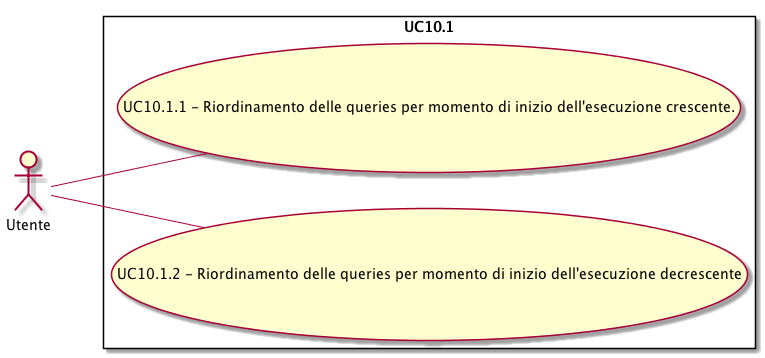
This is Docs/RP/AnalisiDeiRequisiti/UC/UC10-1.png from joemerlino/SWEefty, a PlantUML export, as it was before one commit.
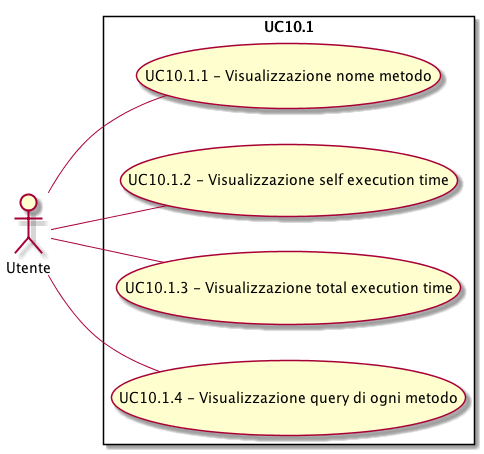
After the commit.

What changed in the source:
```diff
@@ -3,7 +3,9 @@
 skinparam packageStyle rectangle
 actor Utente
 rectangle UC10.1 {
-Utente -- (UC10.1.1 - Riordinamento delle queries per momento di inizio dell'esecuzione crescente.)
-Utente -- (UC10.1.2 - Riordinamento delle queries per momento di inizio dell'esecuzione decrescente)
+Utente -- (UC10.1.1 - Visualizzazione nome metodo)
+Utente -- (UC10.1.2 - Visualizzazione self execution time)
+Utente -- (UC10.1.3 - Visualizzazione total execution time)
+Utente -- (UC10.1.4 - Visualizzazione query di ogni metodo)
 }
 @enduml
```
